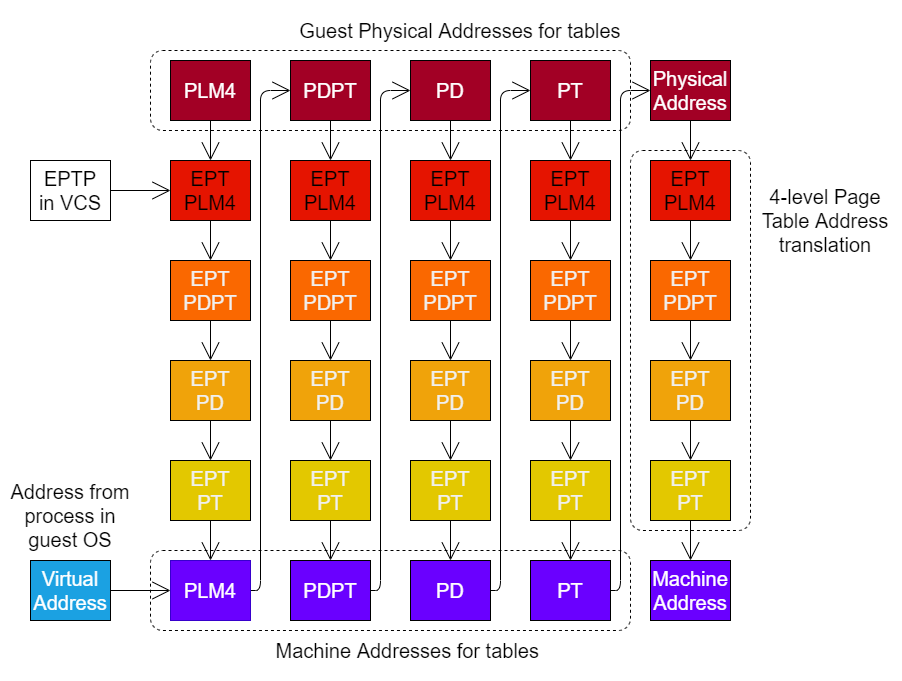
OliverKillane/Imperial-Computing-Year-2-Notes keeps this draw.io diagram as 50004 - Operating Systems/Lecture 18 - (Virtualization)/image/EPT translation.png. Above is the earlier version. Source tidied: cells renumbered, new cells last; positions are measured from the earlier drawing's top-left corner, leaving out a move shared by most shapes.
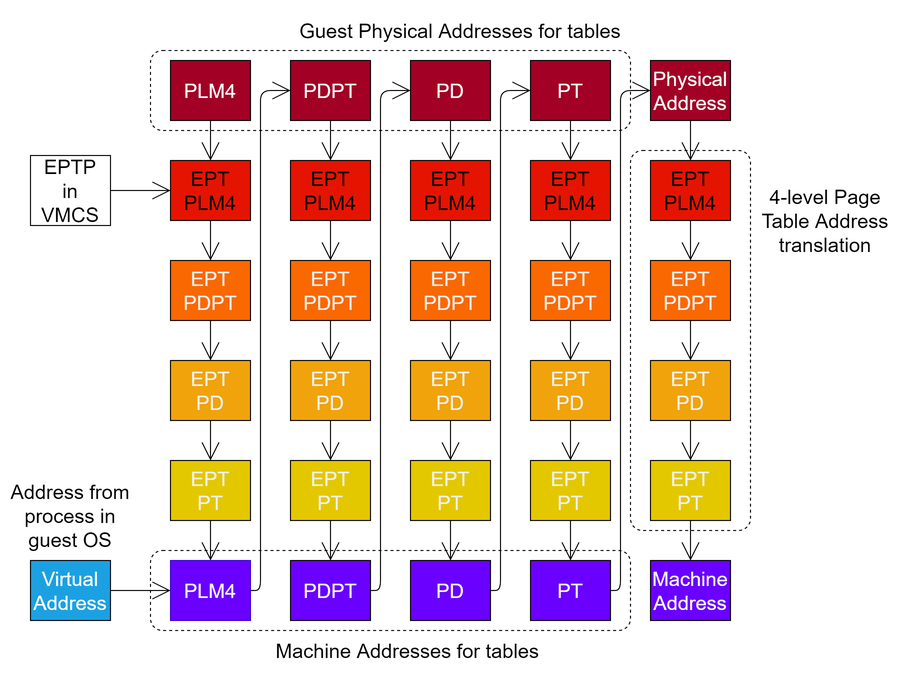
After the change.

Commit message:
Fixed typo -> VCS to VMCS in diagram

What changed in the source:
```diff
@@ -214,8 +214,8 @@
     <mxCell id="65" style="edgeStyle=orthogonalEdgeStyle;html=1;exitX=1;exitY=0.5;exitDx=0;exitDy=0;entryX=0;entryY=0.5;entryDx=0;entryDy=0;labelBackgroundColor=none;fontSize=20;fontColor=#f0f0f0;endArrow=open;endFill=0;endSize=16;" parent="1" edge="1" source="66" target="6">
       <mxGeometry relative="1" as="geometry" />
     </mxCell>
-    <mxCell id="66" value="&lt;span style=&quot;font-family: &amp;#34;helvetica&amp;#34; ; font-size: 20px ; font-style: normal ; font-weight: 400 ; letter-spacing: normal ; text-indent: 0px ; text-transform: none ; word-spacing: 0px ; display: inline ; float: none&quot;&gt;EPTP&lt;br&gt;in VCS&lt;br&gt;&lt;/span&gt;" style="rounded=0;whiteSpace=wrap;html=1;fontSize=20;align=center;strokeColor=#000000;" parent="1" vertex="1">
-      <mxGeometry x="30" y="160" width="80" height="60" as="geometry" />
+    <mxCell id="66" value="&lt;span style=&quot;font-family: &amp;#34;helvetica&amp;#34; ; font-size: 20px ; font-style: normal ; font-weight: 400 ; letter-spacing: normal ; text-indent: 0px ; text-transform: none ; word-spacing: 0px ; display: inline ; float: none&quot;&gt;EPTP&lt;br&gt;in VMCS&lt;br&gt;&lt;/span&gt;" style="rounded=0;whiteSpace=wrap;html=1;fontSize=20;align=center;strokeColor=#000000;" parent="1" vertex="1">
+      <mxGeometry x="30" y="155" width="80" height="70" as="geometry" />
     </mxCell>
     <mxCell id="67" value="Guest Physical Addresses for tables" style="text;html=1;strokeColor=none;fillColor=none;align=center;verticalAlign=middle;whiteSpace=wrap;rounded=0;dashed=1;labelBackgroundColor=none;fontSize=20;fontColor=#000000;" parent="1" vertex="1">
       <mxGeometry x="290" width="340" height="60" as="geometry" />
```
